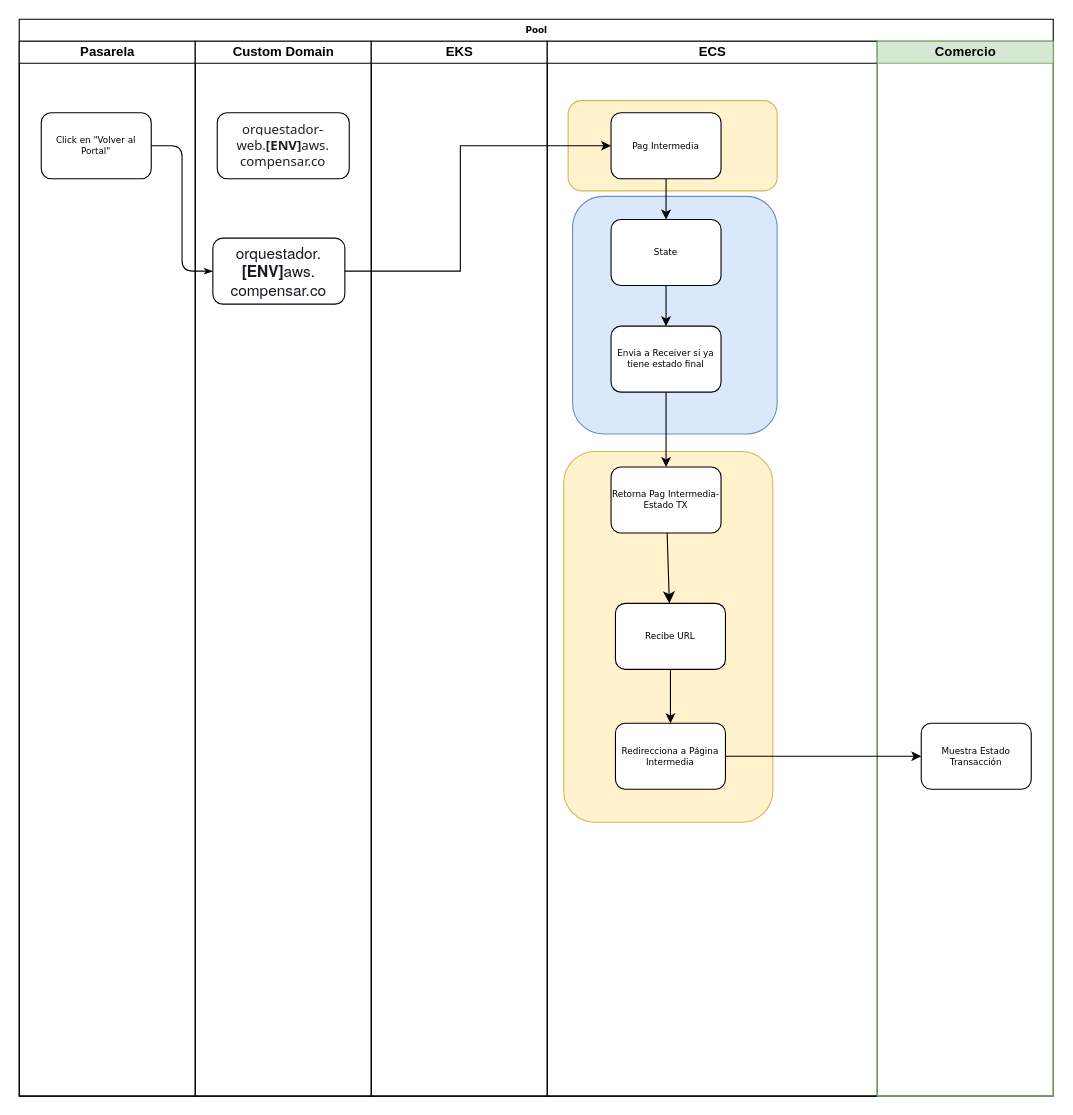
Before: page "TOBE" (2 of 2) of PagIntermedia.drawio in carlosvalderrama1204/diagrams, a draw.io diagram. Source tidied: cells renumbered, new cells numbered last; positions are measured from the earlier drawing's top-left corner, leaving out a move shared by most shapes. Both pictures are drawn from the tidied source at 110%, with x=0, y=0 at pixel (19, 19).
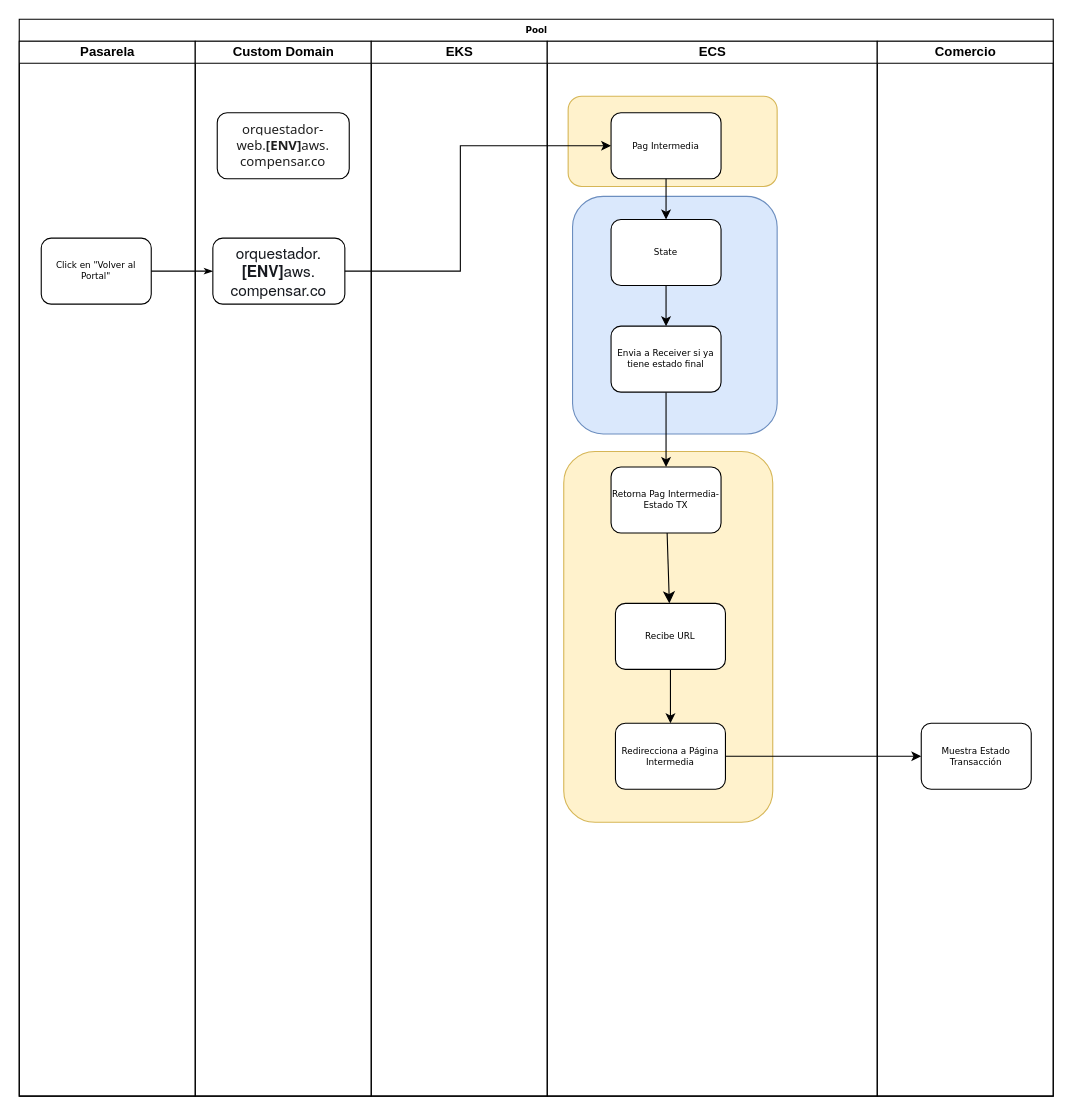
The same diagram, later.

The change refers to these unchanged cells:
```xml
<mxCell id="2" value="Pool" style="swimlane;html=1;startSize=20;rounded=0;shadow=0;labelBackgroundColor=none;strokeWidth=1;fontFamily=Verdana;fontSize=8;align=center;" parent="1" vertex="1">
  <mxGeometry width="940" height="979" as="geometry" />
</mxCell>
<mxCell id="3" value="Pasarela" style="swimlane;html=1;startSize=20;" parent="2" vertex="1">
  <mxGeometry y="20" width="160" height="959" as="geometry" />
</mxCell>
<mxCell id="10" value="ECS" style="swimlane;html=1;startSize=20;" parent="2" vertex="1">
  <mxGeometry x="480" y="20" width="300" height="959" as="geometry" />
</mxCell>
```

Change to the diagram source:
```diff
@@
     <mxCell id="4" value="Click en &quot;Volver al Portal&quot;" style="rounded=1;whiteSpace=wrap;html=1;shadow=0;labelBackgroundColor=none;strokeWidth=1;fontFamily=Verdana;fontSize=8;align=center;" parent="3" vertex="1">
-      <mxGeometry x="20" y="65" width="100" height="60" as="geometry" />
+      <mxGeometry x="20" y="179" width="100" height="60" as="geometry" />
     </mxCell>
@@
     <mxCell id="11" style="rounded=1;whiteSpace=wrap;html=1;shadow=0;labelBackgroundColor=none;strokeWidth=1;fontFamily=Verdana;fontSize=8;align=center;fillColor=#fff2cc;strokeColor=#d6b656;" parent="10" vertex="1">
-      <mxGeometry x="19" y="54" width="190" height="82" as="geometry" />
+      <mxGeometry x="19" y="50" width="190" height="82" as="geometry" />
     </mxCell>
@@
-    <mxCell id="25" value="Comercio" style="swimlane;html=1;startSize=20;fillColor=#d5e8d4;strokeColor=#82b366;" parent="2" vertex="1">
+    <mxCell id="25" value="Comercio" style="swimlane;html=1;startSize=20;" parent="2" vertex="1">
       <mxGeometry x="780" y="20" width="160" height="959" as="geometry" />
     </mxCell>
```
